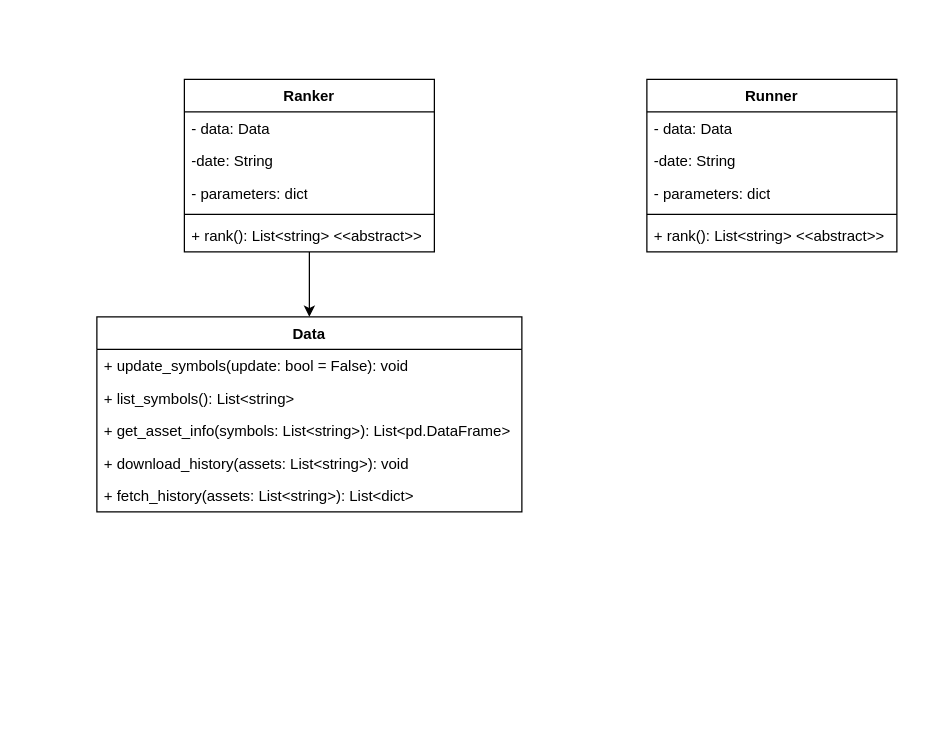
Before: diagrama.drawio in PortBackRank/PortBackRank, a draw.io diagram. Source tidied: cells renumbered, new cells numbered last; positions are measured from the earlier drawing's top-left corner, leaving out a move shared by most shapes. Both pictures are drawn from the tidied source at 125%, with x=0, y=0 at pixel (96, 79).
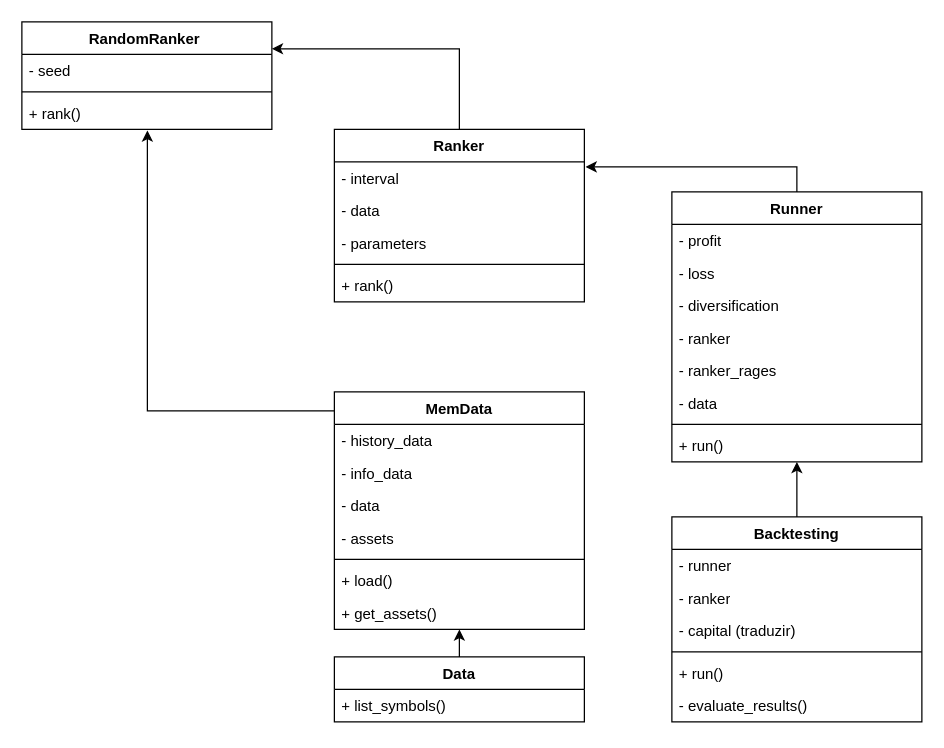
Above is the later version.

Change to the diagram source:
```diff
@@
+    <mxCell id="21" style="edgeStyle=orthogonalEdgeStyle;rounded=0;jettySize=auto;html=1;" parent="1" edge="1" source="2" target="39">
+      <mxGeometry relative="1" as="geometry" />
+    </mxCell>
     <mxCell id="2" value="Data" style="swimlane;fontStyle=1;align=center;verticalAlign=top;horizontal=1;startSize=26;whiteSpace=wrap;html=1;" parent="1" vertex="1">
-      <mxGeometry y="190" width="340" height="156" as="geometry" />
+      <mxGeometry x="190" y="462" width="200" height="52" as="geometry" />
     </mxCell>
-    <mxCell id="3" value="+ update_symbols(update: bool = False): void" style="text;strokeColor=none;fillColor=none;align=left;verticalAlign=top;spacingLeft=4;spacingRight=4;overflow=hidden;whiteSpace=wrap;html=1;" parent="2" vertex="1">
-      <mxGeometry y="26" width="340" height="26" as="geometry" />
-    </mxCell>
-    <mxCell id="4" value="&lt;div&gt;+ list_symbols(): List&amp;lt;string&amp;gt;&lt;/div&gt;&lt;div&gt;&lt;br&gt;&lt;/div&gt;" style="text;strokeColor=none;fillColor=none;align=left;verticalAlign=top;spacingLeft=4;spacingRight=4;overflow=hidden;whiteSpace=wrap;html=1;" parent="2" vertex="1">
-      <mxGeometry y="52" width="340" height="26" as="geometry" />
+    <mxCell id="4" value="&lt;div&gt;+ list_symbols()&lt;/div&gt;" style="text;strokeColor=none;fillColor=none;align=left;verticalAlign=top;spacingLeft=4;spacingRight=4;overflow=hidden;whiteSpace=wrap;html=1;" parent="2" vertex="1">
+      <mxGeometry y="26" width="200" height="26" as="geometry" />
     </mxCell>
-    <mxCell id="5" value="&lt;div&gt;+ get_asset_info(symbols: List&amp;lt;string&amp;gt;): List&amp;lt;pd.DataFrame&amp;gt;&lt;/div&gt;&lt;div&gt;&lt;br&gt;&lt;/div&gt;" style="text;strokeColor=none;fillColor=none;align=left;verticalAlign=top;spacingLeft=4;spacingRight=4;overflow=hidden;whiteSpace=wrap;html=1;" parent="2" vertex="1">
-      <mxGeometry y="78" width="340" height="26" as="geometry" />
-    </mxCell>
-    <mxCell id="6" value="&lt;div&gt;+ download_history(assets: List&amp;lt;string&amp;gt;): void&lt;/div&gt;&lt;div&gt;&lt;br&gt;&lt;/div&gt;" style="text;strokeColor=none;fillColor=none;align=left;verticalAlign=top;spacingLeft=4;spacingRight=4;overflow=hidden;whiteSpace=wrap;html=1;" parent="2" vertex="1">
-      <mxGeometry y="104" width="340" height="26" as="geometry" />
-    </mxCell>
-    <mxCell id="7" value="&lt;div&gt;+ fetch_history(assets: List&amp;lt;string&amp;gt;): List&amp;lt;dict&amp;gt;&lt;/div&gt;&lt;div&gt;&lt;br&gt;&lt;/div&gt;" style="text;strokeColor=none;fillColor=none;align=left;verticalAlign=top;spacingLeft=4;spacingRight=4;overflow=hidden;whiteSpace=wrap;html=1;" parent="2" vertex="1">
-      <mxGeometry y="130" width="340" height="26" as="geometry" />
-    </mxCell>
-    <mxCell id="8" style="edgeStyle=orthogonalEdgeStyle;rounded=0;jettySize=auto;html=1;entryX=0.5;entryY=0;entryDx=0;entryDy=0;" parent="1" edge="1" source="9" target="2">
-      <mxGeometry relative="1" as="geometry" />
-    </mxCell>
+    <mxCell id="22" style="edgeStyle=orthogonalEdgeStyle;rounded=0;jettySize=auto;html=1;entryX=1;entryY=0.25;entryDx=0;entryDy=0;exitX=0.5;exitY=0;exitDx=0;exitDy=0;" parent="1" edge="1" source="9" target="34">
+      <mxGeometry relative="1" as="geometry" />
+    </mxCell>
     <mxCell id="9" value="Ranker" style="swimlane;fontStyle=1;align=center;verticalAlign=top;horizontal=1;startSize=26;whiteSpace=wrap;html=1;" parent="1" vertex="1">
-      <mxGeometry x="70" width="200" height="138" as="geometry" />
+      <mxGeometry x="190" y="40" width="200" height="138" as="geometry" />
     </mxCell>
+    <mxCell id="11" value="- interval" style="text;strokeColor=none;fillColor=none;align=left;verticalAlign=top;spacingLeft=4;spacingRight=4;overflow=hidden;points=[[0,0.5],[1,0.5]];portConstraint=eastwest;whiteSpace=wrap;html=1;" parent="9" vertex="1">
+      <mxGeometry y="26" width="200" height="26" as="geometry" />
+    </mxCell>
-    <mxCell id="10" value="- data: Data" style="text;strokeColor=none;fillColor=none;align=left;verticalAlign=top;spacingLeft=4;spacingRight=4;overflow=hidden;whiteSpace=wrap;html=1;" parent="9" vertex="1">
-      <mxGeometry y="26" width="200" height="26" as="geometry" />
+    <mxCell id="10" value="- data" style="text;strokeColor=none;fillColor=none;align=left;verticalAlign=top;spacingLeft=4;spacingRight=4;overflow=hidden;whiteSpace=wrap;html=1;" parent="9" vertex="1">
+      <mxGeometry y="52" width="200" height="26" as="geometry" />
     </mxCell>
-    <mxCell id="11" value="-date: String" style="text;strokeColor=none;fillColor=none;align=left;verticalAlign=top;spacingLeft=4;spacingRight=4;overflow=hidden;points=[[0,0.5],[1,0.5]];portConstraint=eastwest;whiteSpace=wrap;html=1;" parent="9" vertex="1">
-      <mxGeometry y="52" width="200" height="26" as="geometry" />
-    </mxCell>
-    <mxCell id="12" value="- parameters: dict" style="text;strokeColor=none;fillColor=none;align=left;verticalAlign=top;spacingLeft=4;spacingRight=4;overflow=hidden;whiteSpace=wrap;html=1;" parent="9" vertex="1">
+    <mxCell id="12" value="- parameters" style="text;strokeColor=none;fillColor=none;align=left;verticalAlign=top;spacingLeft=4;spacingRight=4;overflow=hidden;whiteSpace=wrap;html=1;" parent="9" vertex="1">
       <mxGeometry y="78" width="200" height="26" as="geometry" />
     </mxCell>
@@
-    <mxCell id="14" value="+ rank(): List&amp;lt;string&amp;gt; &amp;lt;&amp;lt;abstract&amp;gt;&amp;gt;" style="text;strokeColor=none;fillColor=none;align=left;verticalAlign=top;spacingLeft=4;spacingRight=4;overflow=hidden;whiteSpace=wrap;html=1;" parent="9" vertex="1">
+    <mxCell id="14" value="+ rank()" style="text;strokeColor=none;fillColor=none;align=left;verticalAlign=top;spacingLeft=4;spacingRight=4;overflow=hidden;whiteSpace=wrap;html=1;" parent="9" vertex="1">
       <mxGeometry y="112" width="200" height="26" as="geometry" />
     </mxCell>
     <mxCell id="15" value="Runner" style="swimlane;fontStyle=1;align=center;verticalAlign=top;horizontal=1;startSize=26;whiteSpace=wrap;html=1;" parent="1" vertex="1">
-      <mxGeometry x="440" width="200" height="138" as="geometry" />
+      <mxGeometry x="460" y="90" width="200" height="216" as="geometry" />
     </mxCell>
-    <mxCell id="16" value="- data: Data" style="text;strokeColor=none;fillColor=none;align=left;verticalAlign=top;spacingLeft=4;spacingRight=4;overflow=hidden;whiteSpace=wrap;html=1;" parent="15" vertex="1">
+    <mxCell id="16" value="- profit" style="text;strokeColor=none;fillColor=none;align=left;verticalAlign=top;spacingLeft=4;spacingRight=4;overflow=hidden;whiteSpace=wrap;html=1;" parent="15" vertex="1">
       <mxGeometry y="26" width="200" height="26" as="geometry" />
     </mxCell>
-    <mxCell id="17" value="-date: String" style="text;strokeColor=none;fillColor=none;align=left;verticalAlign=top;spacingLeft=4;spacingRight=4;overflow=hidden;whiteSpace=wrap;html=1;" parent="15" vertex="1">
+    <mxCell id="17" value="- loss" style="text;strokeColor=none;fillColor=none;align=left;verticalAlign=top;spacingLeft=4;spacingRight=4;overflow=hidden;whiteSpace=wrap;html=1;" parent="15" vertex="1">
       <mxGeometry y="52" width="200" height="26" as="geometry" />
     </mxCell>
-    <mxCell id="18" value="- parameters: dict" style="text;strokeColor=none;fillColor=none;align=left;verticalAlign=top;spacingLeft=4;spacingRight=4;overflow=hidden;whiteSpace=wrap;html=1;" parent="15" vertex="1">
+    <mxCell id="18" value="-&amp;nbsp;diversification" style="text;strokeColor=none;fillColor=none;align=left;verticalAlign=top;spacingLeft=4;spacingRight=4;overflow=hidden;whiteSpace=wrap;html=1;" parent="15" vertex="1">
       <mxGeometry y="78" width="200" height="26" as="geometry" />
     </mxCell>
+    <mxCell id="23" value="- ranker" style="text;strokeColor=none;fillColor=none;align=left;verticalAlign=top;spacingLeft=4;spacingRight=4;overflow=hidden;whiteSpace=wrap;html=1;" parent="15" vertex="1">
+      <mxGeometry y="104" width="200" height="26" as="geometry" />
+    </mxCell>
+    <mxCell id="24" value="- ranker_rages" style="text;strokeColor=none;fillColor=none;align=left;verticalAlign=top;spacingLeft=4;spacingRight=4;overflow=hidden;whiteSpace=wrap;html=1;" parent="15" vertex="1">
+      <mxGeometry y="130" width="200" height="26" as="geometry" />
+    </mxCell>
+    <mxCell id="25" value="- data" style="text;strokeColor=none;fillColor=none;align=left;verticalAlign=top;spacingLeft=4;spacingRight=4;overflow=hidden;whiteSpace=wrap;html=1;" parent="15" vertex="1">
+      <mxGeometry y="156" width="200" height="26" as="geometry" />
+    </mxCell>
     <mxCell id="19" style="line;strokeWidth=1;fillColor=none;align=left;verticalAlign=middle;spacingTop=-1;spacingLeft=3;spacingRight=3;labelPosition=right;strokeColor=inherit;" parent="15" vertex="1">
-      <mxGeometry y="104" width="200" height="8" as="geometry" />
+      <mxGeometry y="182" width="200" height="8" as="geometry" />
     </mxCell>
-    <mxCell id="20" value="+ rank(): List&amp;lt;string&amp;gt; &amp;lt;&amp;lt;abstract&amp;gt;&amp;gt;" style="text;strokeColor=none;fillColor=none;align=left;verticalAlign=top;spacingLeft=4;spacingRight=4;overflow=hidden;whiteSpace=wrap;html=1;" parent="15" vertex="1">
-      <mxGeometry y="112" width="200" height="26" as="geometry" />
+    <mxCell id="20" value="+ run()" style="text;strokeColor=none;fillColor=none;align=left;verticalAlign=top;spacingLeft=4;spacingRight=4;overflow=hidden;whiteSpace=wrap;html=1;" parent="15" vertex="1">
+      <mxGeometry y="190" width="200" height="26" as="geometry" />
     </mxCell>
+    <mxCell id="26" style="edgeStyle=orthogonalEdgeStyle;rounded=0;jettySize=auto;html=1;entryX=0.5;entryY=1;entryDx=0;entryDy=0;" parent="1" edge="1" source="27" target="15">
+      <mxGeometry relative="1" as="geometry" />
+    </mxCell>
+    <mxCell id="27" value="Backtesting" style="swimlane;fontStyle=1;align=center;verticalAlign=top;horizontal=1;startSize=26;whiteSpace=wrap;html=1;" parent="1" vertex="1">
+      <mxGeometry x="460" y="350" width="200" height="164" as="geometry" />
+    </mxCell>
+    <mxCell id="28" value="- runner" style="text;strokeColor=none;fillColor=none;align=left;verticalAlign=top;spacingLeft=4;spacingRight=4;overflow=hidden;whiteSpace=wrap;html=1;" parent="27" vertex="1">
+      <mxGeometry y="26" width="200" height="26" as="geometry" />
+    </mxCell>
+    <mxCell id="29" value="- ranker" style="text;strokeColor=none;fillColor=none;align=left;verticalAlign=top;spacingLeft=4;spacingRight=4;overflow=hidden;whiteSpace=wrap;html=1;" parent="27" vertex="1">
+      <mxGeometry y="52" width="200" height="26" as="geometry" />
+    </mxCell>
+    <mxCell id="30" value="- capital (traduzir)" style="text;strokeColor=none;fillColor=none;align=left;verticalAlign=top;spacingLeft=4;spacingRight=4;overflow=hidden;whiteSpace=wrap;html=1;" parent="27" vertex="1">
+      <mxGeometry y="78" width="200" height="26" as="geometry" />
+    </mxCell>
+    <mxCell id="31" style="line;strokeWidth=1;fillColor=none;align=left;verticalAlign=middle;spacingTop=-1;spacingLeft=3;spacingRight=3;labelPosition=right;strokeColor=inherit;" parent="27" vertex="1">
+      <mxGeometry y="104" width="200" height="8" as="geometry" />
+    </mxCell>
+    <mxCell id="32" value="+ run()" style="text;strokeColor=none;fillColor=none;align=left;verticalAlign=top;spacingLeft=4;spacingRight=4;overflow=hidden;whiteSpace=wrap;html=1;" parent="27" vertex="1">
+      <mxGeometry y="112" width="200" height="26" as="geometry" />
+    </mxCell>
+    <mxCell id="33" value="&lt;div&gt;- evaluate_results()&lt;/div&gt;" style="text;strokeColor=none;fillColor=none;align=left;verticalAlign=top;spacingLeft=4;spacingRight=4;overflow=hidden;whiteSpace=wrap;html=1;" parent="27" vertex="1">
+      <mxGeometry y="138" width="200" height="26" as="geometry" />
+    </mxCell>
+    <mxCell id="34" value="RandomRanker&amp;nbsp;" style="swimlane;fontStyle=1;align=center;verticalAlign=top;horizontal=1;startSize=26;whiteSpace=wrap;html=1;" parent="1" vertex="1">
+      <mxGeometry x="-60" y="-46" width="200" height="86" as="geometry" />
+    </mxCell>
+    <mxCell id="35" value="- seed" style="text;strokeColor=none;fillColor=none;align=left;verticalAlign=top;spacingLeft=4;spacingRight=4;overflow=hidden;whiteSpace=wrap;html=1;" parent="34" vertex="1">
+      <mxGeometry y="26" width="200" height="26" as="geometry" />
+    </mxCell>
+    <mxCell id="36" style="line;strokeWidth=1;fillColor=none;align=left;verticalAlign=middle;spacingTop=-1;spacingLeft=3;spacingRight=3;labelPosition=right;strokeColor=inherit;" parent="34" vertex="1">
+      <mxGeometry y="52" width="200" height="8" as="geometry" />
+    </mxCell>
+    <mxCell id="37" value="+ rank()" style="text;strokeColor=none;fillColor=none;align=left;verticalAlign=top;spacingLeft=4;spacingRight=4;overflow=hidden;points=[[0,0.5],[1,0.5]];portConstraint=eastwest;whiteSpace=wrap;html=1;" parent="34" vertex="1">
+      <mxGeometry y="60" width="200" height="26" as="geometry" />
+    </mxCell>
+    <mxCell id="38" style="edgeStyle=orthogonalEdgeStyle;rounded=0;jettySize=auto;html=1;exitX=0.5;exitY=0;exitDx=0;exitDy=0;entryX=1.005;entryY=0.154;entryDx=0;entryDy=0;entryPerimeter=0;" parent="1" edge="1" source="15" target="11">
+      <mxGeometry relative="1" as="geometry" />
+    </mxCell>
+    <mxCell id="39" value="MemData" style="swimlane;fontStyle=1;align=center;verticalAlign=top;horizontal=1;startSize=26;whiteSpace=wrap;html=1;" parent="1" vertex="1">
+      <mxGeometry x="190" y="250" width="200" height="190" as="geometry" />
+    </mxCell>
+    <mxCell id="40" value="- history_data" style="text;strokeColor=none;fillColor=none;align=left;verticalAlign=top;spacingLeft=4;spacingRight=4;overflow=hidden;whiteSpace=wrap;html=1;" parent="39" vertex="1">
+      <mxGeometry y="26" width="200" height="26" as="geometry" />
+    </mxCell>
+    <mxCell id="41" value="- info_data" style="text;strokeColor=none;fillColor=none;align=left;verticalAlign=top;spacingLeft=4;spacingRight=4;overflow=hidden;whiteSpace=wrap;html=1;" parent="39" vertex="1">
+      <mxGeometry y="52" width="200" height="26" as="geometry" />
+    </mxCell>
+    <mxCell id="42" value="- data" style="text;strokeColor=none;fillColor=none;align=left;verticalAlign=top;spacingLeft=4;spacingRight=4;overflow=hidden;whiteSpace=wrap;html=1;" parent="39" vertex="1">
+      <mxGeometry y="78" width="200" height="26" as="geometry" />
+    </mxCell>
+    <mxCell id="43" value="- assets" style="text;strokeColor=none;fillColor=none;align=left;verticalAlign=top;spacingLeft=4;spacingRight=4;overflow=hidden;whiteSpace=wrap;html=1;" parent="39" vertex="1">
+      <mxGeometry y="104" width="200" height="26" as="geometry" />
+    </mxCell>
+    <mxCell id="44" style="line;strokeWidth=1;fillColor=none;align=left;verticalAlign=middle;spacingTop=-1;spacingLeft=3;spacingRight=3;labelPosition=right;strokeColor=inherit;" parent="39" vertex="1">
+      <mxGeometry y="130" width="200" height="8" as="geometry" />
+    </mxCell>
+    <mxCell id="45" value="+ load()" style="text;strokeColor=none;fillColor=none;align=left;verticalAlign=top;spacingLeft=4;spacingRight=4;overflow=hidden;whiteSpace=wrap;html=1;" parent="39" vertex="1">
+      <mxGeometry y="138" width="200" height="26" as="geometry" />
+    </mxCell>
+    <mxCell id="46" value="+ get_assets()" style="text;strokeColor=none;fillColor=none;align=left;verticalAlign=top;spacingLeft=4;spacingRight=4;overflow=hidden;whiteSpace=wrap;html=1;" parent="39" vertex="1">
+      <mxGeometry y="164" width="200" height="26" as="geometry" />
+    </mxCell>
+    <mxCell id="47" style="edgeStyle=orthogonalEdgeStyle;rounded=0;jettySize=auto;html=1;entryX=0.502;entryY=1.031;entryDx=0;entryDy=0;entryPerimeter=0;exitX=0;exitY=0.08;exitDx=0;exitDy=0;exitPerimeter=0;" parent="1" edge="1" source="39" target="37">
+      <mxGeometry relative="1" as="geometry" />
+    </mxCell>
```
